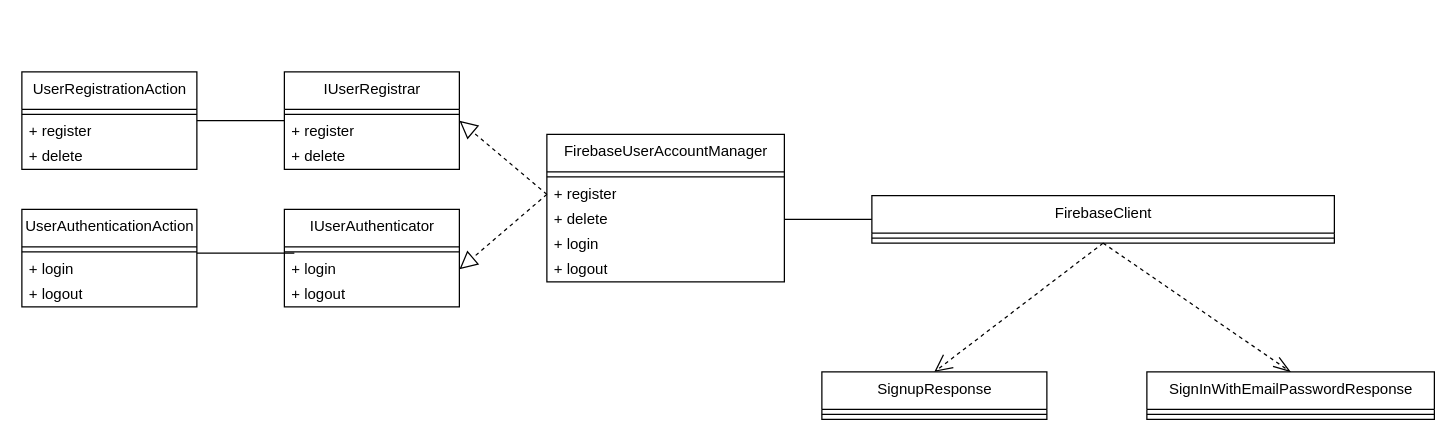
The draw.io diagram page "AuthenticationModule" (2 of 5) of ff14-sns.drawio in Mouwf/FF14SNS, before the edit. Source tidied: cells renumbered, new cells numbered last; positions are measured from the earlier drawing's top-left corner, leaving out a move shared by most shapes. Both pictures are drawn from the tidied source at 125%, with x=0, y=0 at pixel (21, 71).
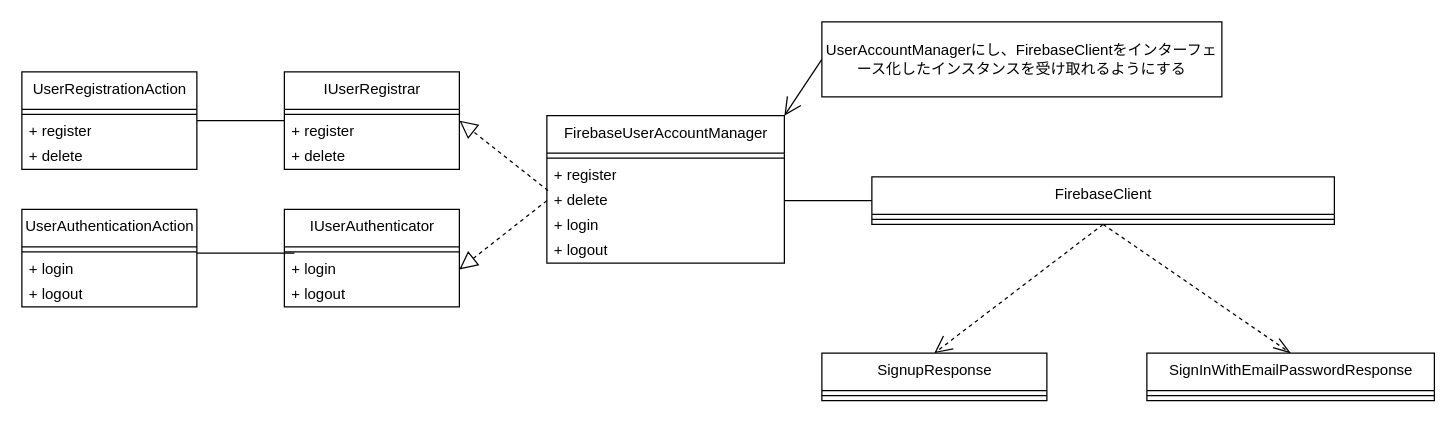
The same page after the edit.

Unchanged cells that the change refers to:
```xml
<mxCell id="4" value="+ login" style="text;html=1;strokeColor=none;fillColor=none;align=left;verticalAlign=middle;spacingLeft=4;spacingRight=4;overflow=hidden;points=[[0,0.5],[1,0.5]];portConstraint=eastwest;" parent="2" vertex="1">
  <mxGeometry y="38" width="140" height="20" as="geometry" />
</mxCell>
<mxCell id="6" value="IUserRegistrar" style="swimlane;fontStyle=0;align=center;verticalAlign=top;horizontal=1;startSize=30;html=1;" parent="1" vertex="1">
  <mxGeometry x="210" width="140" height="78" as="geometry" />
</mxCell>
<mxCell id="12" value="+ register" style="text;html=1;strokeColor=none;fillColor=none;align=left;verticalAlign=middle;spacingLeft=4;spacingRight=4;overflow=hidden;points=[[0,0.5],[1,0.5]];portConstraint=eastwest;" parent="10" vertex="1">
  <mxGeometry y="38" width="190" height="20" as="geometry" />
</mxCell>
<mxCell id="13" value="+ delete" style="text;html=1;strokeColor=none;fillColor=none;align=left;verticalAlign=middle;spacingLeft=4;spacingRight=4;overflow=hidden;points=[[0,0.5],[1,0.5]];portConstraint=eastwest;" parent="10" vertex="1">
  <mxGeometry y="58" width="190" height="20" as="geometry" />
</mxCell>
```

Change to the diagram source:
```diff
@@
     <mxCell id="10" value="FirebaseUserAccountManager" style="swimlane;fontStyle=0;align=center;verticalAlign=top;horizontal=1;startSize=30;html=1;" parent="1" vertex="1">
-      <mxGeometry x="420" y="50" width="190" height="118" as="geometry" />
+      <mxGeometry x="420" y="35" width="190" height="118" as="geometry" />
     </mxCell>
@@
-    <mxCell id="21" style="edgeStyle=none;rounded=0;jumpSize=6;html=1;exitX=0;exitY=0.5;exitDx=0;exitDy=0;strokeWidth=1;endArrow=block;endFill=0;endSize=12;targetPerimeterSpacing=0;entryX=1;entryY=0.5;entryDx=0;entryDy=0;dashed=1;" parent="1" edge="1" source="12" target="6">
+    <mxCell id="21" style="edgeStyle=none;rounded=0;jumpSize=6;html=1;exitX=0.005;exitY=1.1;exitDx=0;exitDy=0;strokeWidth=1;endArrow=block;endFill=0;endSize=12;targetPerimeterSpacing=0;entryX=1;entryY=0.5;entryDx=0;entryDy=0;dashed=1;exitPerimeter=0;" parent="1" edge="1" source="12" target="6">
       <mxGeometry relative="1" as="geometry" />
     </mxCell>
-    <mxCell id="22" style="edgeStyle=none;rounded=0;jumpSize=6;html=1;exitX=0;exitY=0.5;exitDx=0;exitDy=0;strokeWidth=1;endArrow=block;endFill=0;endSize=12;targetPerimeterSpacing=0;entryX=1;entryY=0.5;entryDx=0;entryDy=0;dashed=1;" parent="1" edge="1" source="12" target="4">
+    <mxCell id="22" style="edgeStyle=none;rounded=0;jumpSize=6;html=1;exitX=0;exitY=0.5;exitDx=0;exitDy=0;strokeWidth=1;endArrow=block;endFill=0;endSize=12;targetPerimeterSpacing=0;entryX=1;entryY=0.5;entryDx=0;entryDy=0;dashed=1;" parent="1" edge="1" source="13" target="4">
       <mxGeometry relative="1" as="geometry" />
     </mxCell>
@@
     <mxCell id="30" value="FirebaseClient" style="swimlane;fontStyle=0;align=center;verticalAlign=top;horizontal=1;startSize=30;html=1;" parent="1" vertex="1">
-      <mxGeometry x="680" y="99" width="370" height="38" as="geometry" />
+      <mxGeometry x="680" y="84" width="370" height="38" as="geometry" />
     </mxCell>
@@
     <mxCell id="33" value="&lt;span style=&quot;text-align: left;&quot;&gt;SignInWithEmailPasswordResponse&lt;/span&gt;" style="swimlane;fontStyle=0;align=center;verticalAlign=top;horizontal=1;startSize=30;html=1;" parent="1" vertex="1">
-      <mxGeometry x="900" y="240" width="230" height="38" as="geometry" />
+      <mxGeometry x="900" y="225" width="230" height="38" as="geometry" />
     </mxCell>
@@
     <mxCell id="35" value="&lt;span style=&quot;text-align: left;&quot;&gt;SignupResponse&lt;/span&gt;" style="swimlane;fontStyle=0;align=center;verticalAlign=top;horizontal=1;startSize=30;html=1;" parent="1" vertex="1">
-      <mxGeometry x="640" y="240" width="180" height="38" as="geometry" />
+      <mxGeometry x="640" y="225" width="180" height="38" as="geometry" />
     </mxCell>
@@
+    <mxCell id="37" style="edgeStyle=none;html=1;exitX=0;exitY=0.5;exitDx=0;exitDy=0;endArrow=open;endFill=0;endSize=12;entryX=1;entryY=0;entryDx=0;entryDy=0;" parent="1" edge="1" source="38" target="10">
+      <mxGeometry relative="1" as="geometry" />
+    </mxCell>
+    <mxCell id="38" value="UserAccountManagerにし、FirebaseClientをインターフェース化したインスタンスを受け取れるようにする" style="rounded=0;whiteSpace=wrap;html=1;" parent="1" vertex="1">
+      <mxGeometry x="640" y="-40" width="320" height="60" as="geometry" />
+    </mxCell>
```
